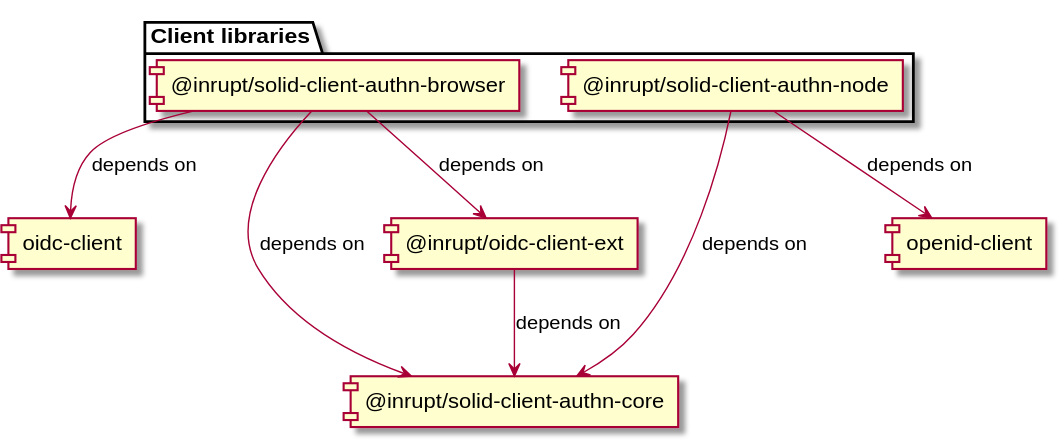
Above: documentation/diagrams/module_map.svg in inrupt/solid-client-authn-js (PlantUML), before the change.
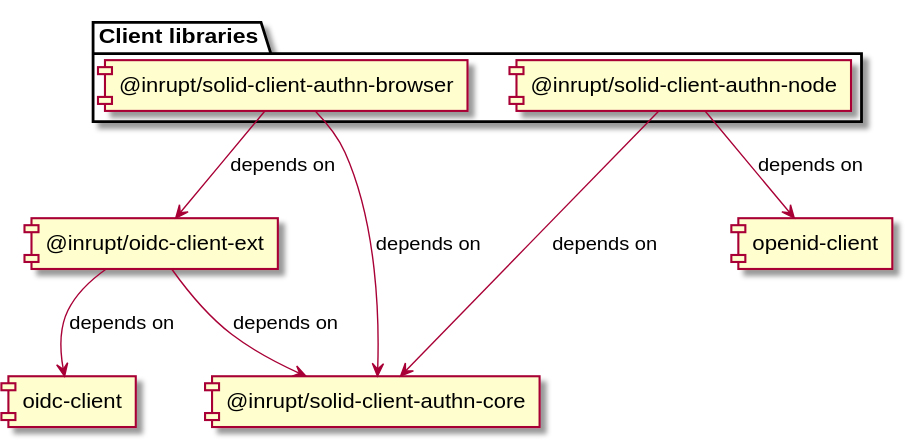
The same diagram one commit later.

The edit, as a diff of the source:
```diff
@@ -6,7 +6,7 @@
 	[@inrupt/solid-client-authn-node]
 }
 
-[@inrupt/solid-client-authn-browser] --> [oidc-client]: depends on
+[@inrupt/oidc-client-ext] --> [oidc-client]: depends on
 [@inrupt/solid-client-authn-browser] --> [@inrupt/solid-client-authn-core]: depends on
 [@inrupt/solid-client-authn-browser] --> [@inrupt/oidc-client-ext]: depends on
 [@inrupt/solid-client-authn-node] --> [@inrupt/solid-client-authn-core]: depends on
```
